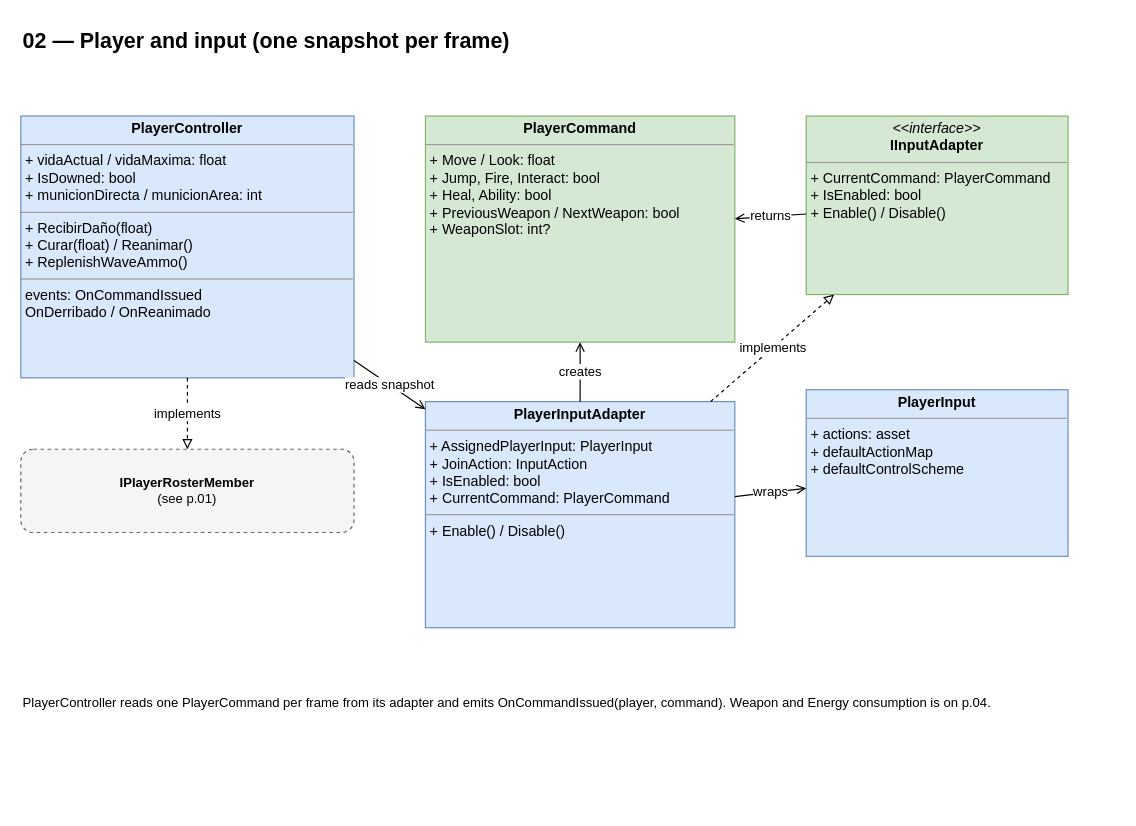
The draw.io diagram page "02 Player input" (3 of 6) of Documentacion/diagrama-de-clases.drawio in renzo23rc/ElUltimoPilar, before the edit. Source tidied: cells renumbered, new cells numbered last; positions are measured from the earlier drawing's top-left corner, leaving out a move shared by most shapes. Both pictures are drawn from the tidied source at 119%, with x=0, y=0 at pixel (20, 20).
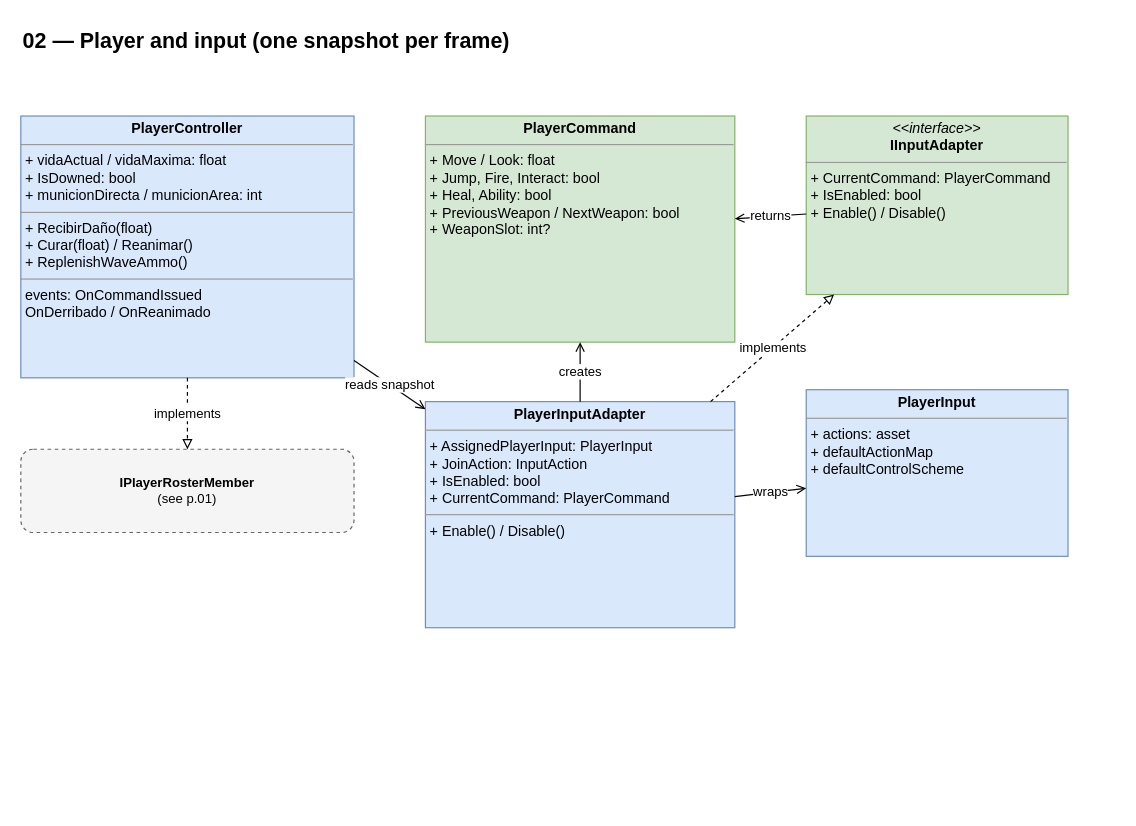
After the change.

Change to the diagram source:
```diff
@@
 <mxGraphModel>
   <root>
     <mxCell id="0" />
     <mxCell id="1" parent="0" />
     <mxCell id="2" value="02 — Player and input (one snapshot per frame)" style="text;html=1;fontSize=18;fontStyle=1;align=left;" parent="1" vertex="1">
       <mxGeometry width="700" height="30" as="geometry" />
     </mxCell>
     <mxCell id="3" value="&lt;p style=&quot;margin:0px;margin-top:4px;text-align:center;&quot;&gt;&lt;b&gt;PlayerController&lt;/b&gt;&lt;/p&gt;&lt;hr size=&quot;1&quot;/&gt;&lt;p style=&quot;margin:0px;margin-left:4px;&quot;&gt;+ vidaActual / vidaMaxima: float&lt;br&gt;+ IsDowned: bool&lt;br&gt;+ municionDirecta / municionArea: int&lt;/p&gt;&lt;hr size=&quot;1&quot;/&gt;&lt;p style=&quot;margin:0px;margin-left:4px;&quot;&gt;+ RecibirDaño(float)&lt;br&gt;+ Curar(float) / Reanimar()&lt;br&gt;+ ReplenishWaveAmmo()&lt;/p&gt;&lt;hr size=&quot;1&quot;/&gt;&lt;p style=&quot;margin:0px;margin-left:4px;&quot;&gt;events: OnCommandIssued&lt;br&gt;OnDerribado / OnReanimado&lt;/p&gt;" style="verticalAlign=top;align=left;overflow=fill;fontSize=12;fontFamily=Helvetica;html=1;whiteSpace=wrap;fillColor=#DAE8FC;strokeColor=#6C8EBF;" parent="1" vertex="1">
       <mxGeometry y="80" width="280" height="220" as="geometry" />
     </mxCell>
     <mxCell id="4" value="&lt;p style=&quot;margin:0px;margin-top:4px;text-align:center;&quot;&gt;&lt;b&gt;PlayerCommand&lt;/b&gt;&lt;/p&gt;&lt;hr size=&quot;1&quot;/&gt;&lt;p style=&quot;margin:0px;margin-left:4px;&quot;&gt;+ Move / Look: float&lt;br&gt;+ Jump, Fire, Interact: bool&lt;br&gt;+ Heal, Ability: bool&lt;br&gt;+ PreviousWeapon / NextWeapon: bool&lt;br&gt;+ WeaponSlot: int?&lt;/p&gt;" style="verticalAlign=top;align=left;overflow=fill;fontSize=12;fontFamily=Helvetica;html=1;whiteSpace=wrap;fillColor=#D5E8D4;strokeColor=#82B366;" parent="1" vertex="1">
       <mxGeometry x="340" y="80" width="260" height="190" as="geometry" />
     </mxCell>
     <mxCell id="5" value="&lt;p style=&quot;margin:0px;margin-top:4px;text-align:center;&quot;&gt;&lt;i&gt;&amp;lt;&amp;lt;interface&amp;gt;&amp;gt;&lt;/i&gt;&lt;br&gt;&lt;b&gt;IInputAdapter&lt;/b&gt;&lt;/p&gt;&lt;hr size=&quot;1&quot;/&gt;&lt;p style=&quot;margin:0px;margin-left:4px;&quot;&gt;+ CurrentCommand: PlayerCommand&lt;br&gt;+ IsEnabled: bool&lt;br&gt;+ Enable() / Disable()&lt;/p&gt;" style="verticalAlign=top;align=left;overflow=fill;fontSize=12;fontFamily=Helvetica;html=1;whiteSpace=wrap;fillColor=#D5E8D4;strokeColor=#82B366;" parent="1" vertex="1">
       <mxGeometry x="660" y="80" width="220" height="150" as="geometry" />
     </mxCell>
     <mxCell id="6" value="&lt;p style=&quot;margin:0px;margin-top:4px;text-align:center;&quot;&gt;&lt;b&gt;PlayerInputAdapter&lt;/b&gt;&lt;/p&gt;&lt;hr size=&quot;1&quot;/&gt;&lt;p style=&quot;margin:0px;margin-left:4px;&quot;&gt;+ AssignedPlayerInput: PlayerInput&lt;br&gt;+ JoinAction: InputAction&lt;br&gt;+ IsEnabled: bool&lt;br&gt;+ CurrentCommand: PlayerCommand&lt;/p&gt;&lt;hr size=&quot;1&quot;/&gt;&lt;p style=&quot;margin:0px;margin-left:4px;&quot;&gt;+ Enable() / Disable()&lt;/p&gt;" style="verticalAlign=top;align=left;overflow=fill;fontSize=12;fontFamily=Helvetica;html=1;whiteSpace=wrap;fillColor=#DAE8FC;strokeColor=#6C8EBF;" parent="1" vertex="1">
       <mxGeometry x="340" y="320" width="260" height="190" as="geometry" />
     </mxCell>
     <mxCell id="7" value="&lt;p style=&quot;margin:0px;margin-top:4px;text-align:center;&quot;&gt;&lt;b&gt;PlayerInput&lt;/b&gt;&lt;/p&gt;&lt;hr size=&quot;1&quot;/&gt;&lt;p style=&quot;margin:0px;margin-left:4px;&quot;&gt;+ actions: asset&lt;br&gt;+ defaultActionMap&lt;br&gt;+ defaultControlScheme&lt;/p&gt;" style="verticalAlign=top;align=left;overflow=fill;fontSize=12;fontFamily=Helvetica;html=1;whiteSpace=wrap;fillColor=#DAE8FC;strokeColor=#6C8EBF;" parent="1" vertex="1">
       <mxGeometry x="660" y="310" width="220" height="140" as="geometry" />
     </mxCell>
     <mxCell id="8" value="&lt;b&gt;IPlayerRosterMember&lt;/b&gt;&lt;br&gt;(see p.01)" style="rounded=1;whiteSpace=wrap;html=1;fillColor=#F5F5F5;strokeColor=#666666;dashed=1;fontSize=11;" parent="1" vertex="1">
       <mxGeometry y="360" width="280" height="70" as="geometry" />
     </mxCell>
     <mxCell id="9" value="reads snapshot" style="endArrow=open;html=1;labelBackgroundColor=#ffffff;" parent="1" edge="1" source="3" target="6">
       <mxGeometry relative="1" as="geometry" />
     </mxCell>
     <mxCell id="10" value="implements" style="dashed=1;endArrow=block;endFill=0;html=1;labelBackgroundColor=#ffffff;" parent="1" edge="1" source="6" target="5">
       <mxGeometry relative="1" as="geometry" />
     </mxCell>
     <mxCell id="11" value="creates" style="endArrow=open;html=1;labelBackgroundColor=#ffffff;" parent="1" edge="1" source="6" target="4">
       <mxGeometry relative="1" as="geometry" />
     </mxCell>
     <mxCell id="12" value="returns" style="endArrow=open;html=1;labelBackgroundColor=#ffffff;" parent="1" edge="1" source="5" target="4">
       <mxGeometry relative="1" as="geometry" />
     </mxCell>
     <mxCell id="13" value="wraps" style="endArrow=open;html=1;labelBackgroundColor=#ffffff;" parent="1" edge="1" source="6" target="7">
       <mxGeometry relative="1" as="geometry" />
     </mxCell>
     <mxCell id="14" value="implements" style="dashed=1;endArrow=block;endFill=0;html=1;labelBackgroundColor=#ffffff;" parent="1" edge="1" source="3" target="8">
       <mxGeometry relative="1" as="geometry" />
     </mxCell>
-    <mxCell id="15" value="PlayerController reads one PlayerCommand per frame from its adapter and emits OnCommandIssued(player, command). Weapon and Energy consumption is on p.04." style="text;html=1;fontSize=11;align=left;" parent="1" vertex="1">
-      <mxGeometry y="560" width="920" height="100" as="geometry" />
-    </mxCell>
   </root>
 </mxGraphModel>
```
